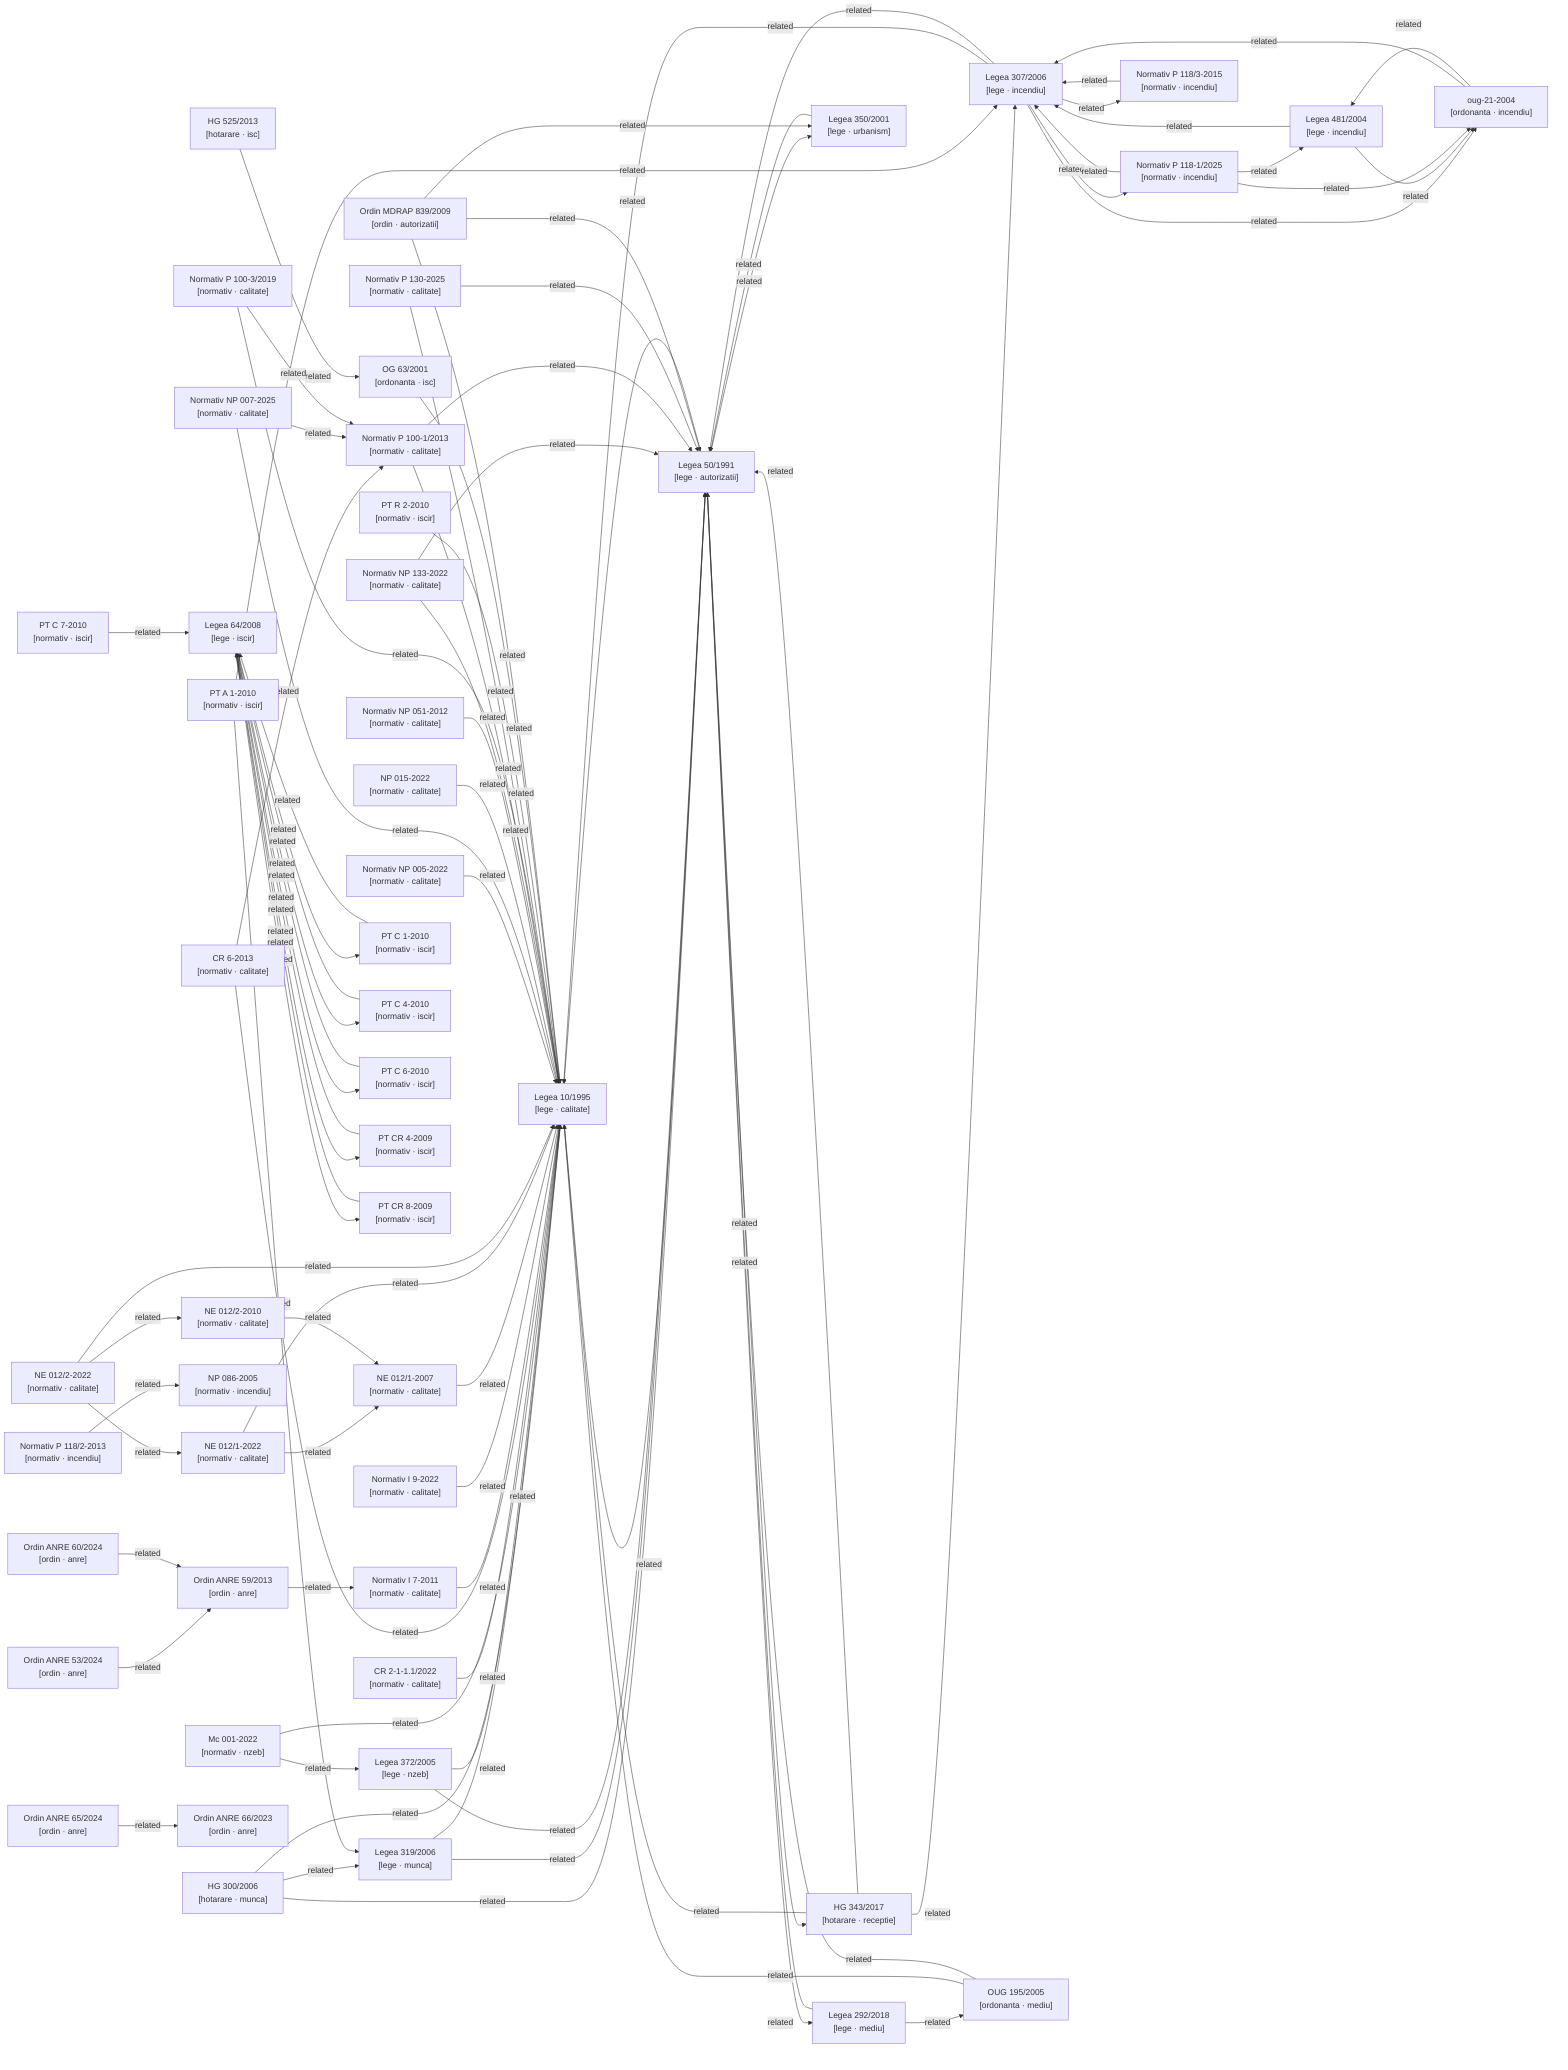
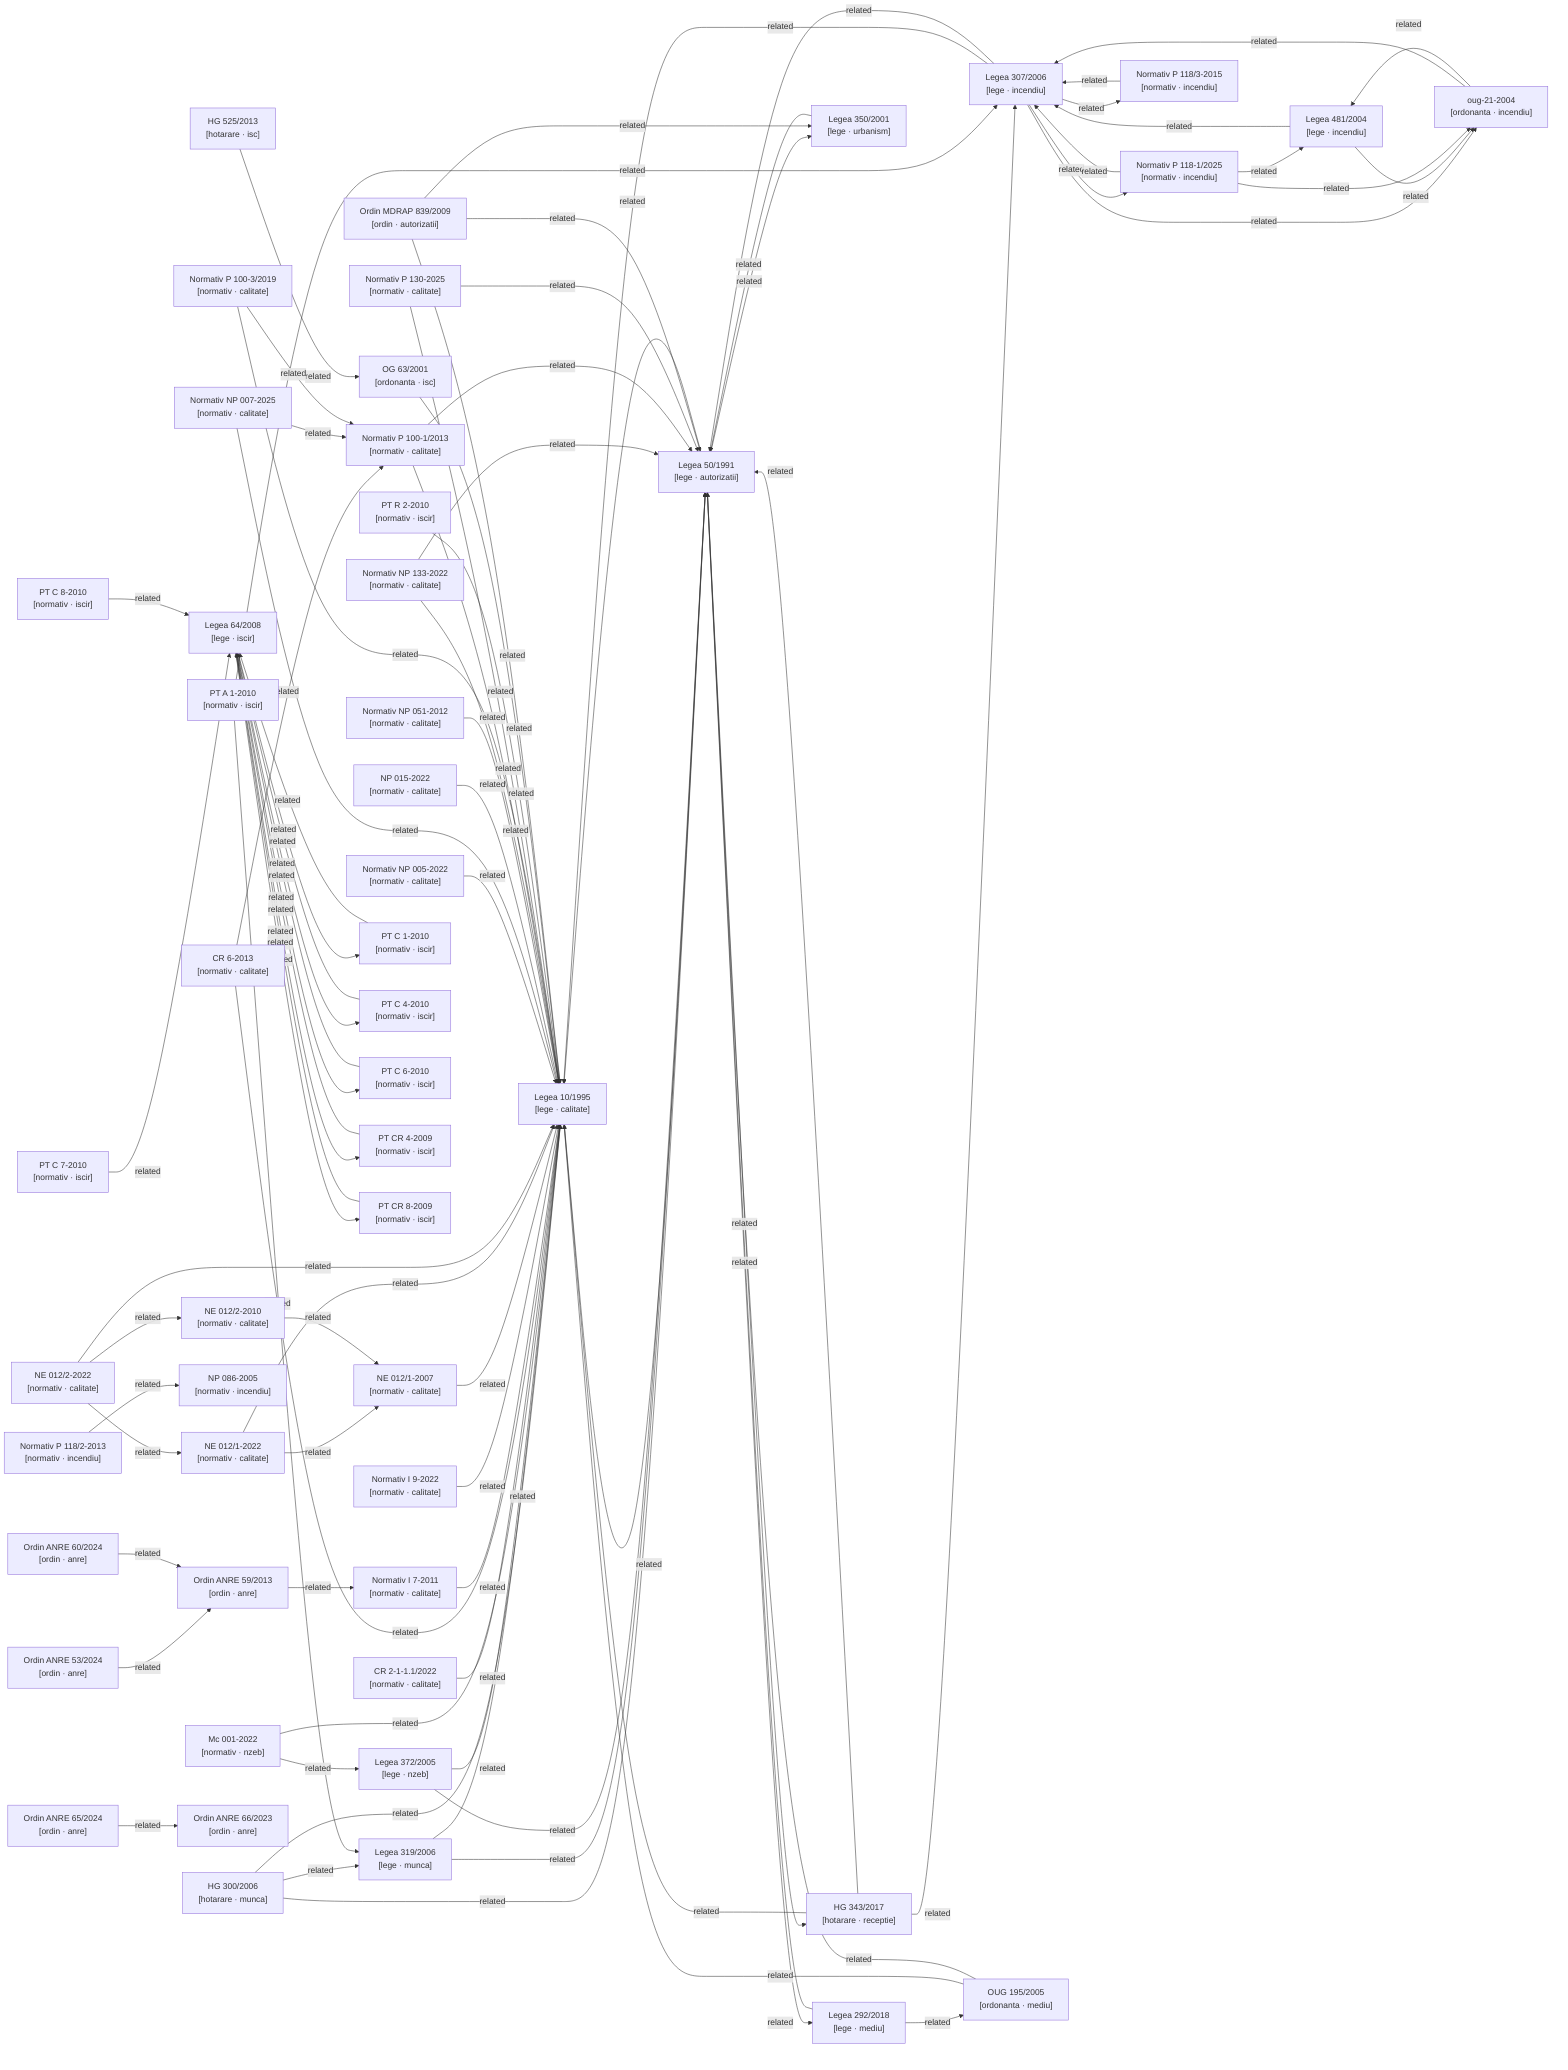
graph LR

  %% Nodes
  hg-300-2006["HG 300/2006\n[hotarare · munca]"]
  hg-343-2017["HG 343/2017\n[hotarare · receptie]"]
  hg-525-2013["HG 525/2013\n[hotarare · isc]"]
  lege-10-1995["Legea 10/1995\n[lege · calitate]"]
  lege-292-2018["Legea 292/2018\n[lege · mediu]"]
  lege-307-2006["Legea 307/2006\n[lege · incendiu]"]
  lege-319-2006["Legea 319/2006\n[lege · munca]"]
  lege-350-2001["Legea 350/2001\n[lege · urbanism]"]
  lege-372-2005["Legea 372/2005\n[lege · nzeb]"]
  lege-481-2004["Legea 481/2004\n[lege · incendiu]"]
  lege-50-1991["Legea 50/1991\n[lege · autorizatii]"]
  lege-64-2008["Legea 64/2008\n[lege · iscir]"]
  metodologie-mc001-2022["Mc 001-2022\n[normativ · nzeb]"]
  normativ-cr2-1-1-1-2022["CR 2-1-1.1/2022\n[normativ · calitate]"]
  normativ-cr6-2013["CR 6-2013\n[normativ · calitate]"]
  normativ-i7-2011["Normativ I 7-2011\n[normativ · calitate]"]
  normativ-i9-2022["Normativ I 9-2022\n[normativ · calitate]"]
  normativ-ne012-1-2007["NE 012/1-2007\n[normativ · calitate]"]
  normativ-ne012-1-2022["NE 012/1-2022\n[normativ · calitate]"]
  normativ-ne012-2-2010["NE 012/2-2010\n[normativ · calitate]"]
  normativ-ne012-2-2022["NE 012/2-2022\n[normativ · calitate]"]
  normativ-np005-2022["Normativ NP 005-2022\n[normativ · calitate]"]
  normativ-np007-2025["Normativ NP 007-2025\n[normativ · calitate]"]
  normativ-np015-2022["NP 015-2022\n[normativ · calitate]"]
  normativ-np051-2012["Normativ NP 051-2012\n[normativ · calitate]"]
  normativ-np086-2005["NP 086-2005\n[normativ · incendiu]"]
  normativ-np133-2022["Normativ NP 133-2022\n[normativ · calitate]"]
  normativ-p100-1-2013["Normativ P 100-1/2013\n[normativ · calitate]"]
  normativ-p100-3-2019["Normativ P 100-3/2019\n[normativ · calitate]"]
  normativ-p118-1-2025["Normativ P 118-1/2025\n[normativ · incendiu]"]
  normativ-p118-2-2013["Normativ P 118/2-2013\n[normativ · incendiu]"]
  normativ-p118-3-2015["Normativ P 118/3-2015\n[normativ · incendiu]"]
  normativ-p130-2025["Normativ P 130-2025\n[normativ · calitate]"]
  normativ-pt-a1-2010["PT A 1-2010\n[normativ · iscir]"]
  normativ-pt-c1-2010["PT C 1-2010\n[normativ · iscir]"]
  normativ-pt-c4-2010["PT C 4-2010\n[normativ · iscir]"]
  normativ-pt-c6-2010["PT C 6-2010\n[normativ · iscir]"]
  normativ-pt-c7-2010["PT C 7-2010\n[normativ · iscir]"]
+   normativ-pt-c8-2010["PT C 8-2010\n[normativ · iscir]"]
  normativ-pt-cr4-2009["PT CR 4-2009\n[normativ · iscir]"]
  normativ-pt-cr8-2009["PT CR 8-2009\n[normativ · iscir]"]
  normativ-pt-r2-2010["PT R 2-2010\n[normativ · iscir]"]
  og-63-2001["OG 63/2001\n[ordonanta · isc]"]
  ordin-839-2009["Ordin MDRAP 839/2009\n[ordin · autorizatii]"]
  ordin-anre-53-2024["Ordin ANRE 53/2024\n[ordin · anre]"]
  ordin-anre-59-2013["Ordin ANRE 59/2013\n[ordin · anre]"]
  ordin-anre-60-2024["Ordin ANRE 60/2024\n[ordin · anre]"]
  ordin-anre-65-2024["Ordin ANRE 65/2024\n[ordin · anre]"]
  ordin-anre-66-2023["Ordin ANRE 66/2023\n[ordin · anre]"]
  oug-195-2005["OUG 195/2005\n[ordonanta · mediu]"]
  oug-21-2004["oug-21-2004\n[ordonanta · incendiu]"]

  %% Confirmed relationships (from metadata related_acts)
  hg-300-2006 -->|related| lege-10-1995
  hg-300-2006 -->|related| lege-319-2006
  hg-300-2006 -->|related| lege-50-1991
  hg-343-2017 -->|related| lege-10-1995
  hg-343-2017 -->|related| lege-307-2006
  hg-343-2017 -->|related| lege-50-1991
  hg-525-2013 -->|related| og-63-2001
  lege-10-1995 -->|related| lege-50-1991
  lege-292-2018 -->|related| lege-50-1991
  lege-292-2018 -->|related| oug-195-2005
  lege-307-2006 -->|related| lege-10-1995
  lege-307-2006 -->|related| lege-50-1991
  lege-307-2006 -->|related| normativ-p118-1-2025
  lege-307-2006 -->|related| normativ-p118-3-2015
  lege-307-2006 -->|related| oug-21-2004
  lege-319-2006 -->|related| lege-10-1995
  lege-319-2006 -->|related| lege-50-1991
  lege-350-2001 -->|related| lege-50-1991
  lege-372-2005 -->|related| lege-10-1995
  lege-372-2005 -->|related| lege-50-1991
  lege-481-2004 -->|related| lege-307-2006
  lege-481-2004 -->|related| oug-21-2004
  lege-50-1991 -->|related| hg-343-2017
  lege-50-1991 -->|related| lege-10-1995
  lege-50-1991 -->|related| lege-292-2018
  lege-50-1991 -->|related| lege-350-2001
  lege-64-2008 -->|related| normativ-pt-c1-2010
  lege-64-2008 -->|related| normativ-pt-c4-2010
  lege-64-2008 -->|related| normativ-pt-c6-2010
  lege-64-2008 -->|related| normativ-pt-cr4-2009
  lege-64-2008 -->|related| normativ-pt-cr8-2009
  metodologie-mc001-2022 -->|related| lege-10-1995
  metodologie-mc001-2022 -->|related| lege-372-2005
  normativ-cr2-1-1-1-2022 -->|related| lege-10-1995
  normativ-cr6-2013 -->|related| lege-10-1995
  normativ-cr6-2013 -->|related| normativ-p100-1-2013
  normativ-i7-2011 -->|related| lege-10-1995
  normativ-i9-2022 -->|related| lege-10-1995
  normativ-ne012-1-2007 -->|related| lege-10-1995
  normativ-ne012-1-2022 -->|related| lege-10-1995
  normativ-ne012-1-2022 -->|related| normativ-ne012-1-2007
  normativ-ne012-2-2010 -->|related| normativ-ne012-1-2007
  normativ-ne012-2-2022 -->|related| lege-10-1995
  normativ-ne012-2-2022 -->|related| normativ-ne012-1-2022
  normativ-ne012-2-2022 -->|related| normativ-ne012-2-2010
  normativ-np005-2022 -->|related| lege-10-1995
  normativ-np007-2025 -->|related| lege-10-1995
  normativ-np007-2025 -->|related| normativ-p100-1-2013
  normativ-np015-2022 -->|related| lege-10-1995
  normativ-np051-2012 -->|related| lege-10-1995
  normativ-np133-2022 -->|related| lege-10-1995
  normativ-np133-2022 -->|related| lege-50-1991
  normativ-p100-1-2013 -->|related| lege-10-1995
  normativ-p100-1-2013 -->|related| lege-50-1991
  normativ-p100-3-2019 -->|related| lege-10-1995
  normativ-p100-3-2019 -->|related| normativ-p100-1-2013
  normativ-p118-1-2025 -->|related| lege-307-2006
  normativ-p118-1-2025 -->|related| lege-481-2004
  normativ-p118-1-2025 -->|related| oug-21-2004
  normativ-p118-2-2013 -->|related| normativ-np086-2005
  normativ-p118-3-2015 -->|related| lege-307-2006
  normativ-p130-2025 -->|related| lege-10-1995
  normativ-p130-2025 -->|related| lege-50-1991
  normativ-pt-a1-2010 -->|related| lege-307-2006
  normativ-pt-a1-2010 -->|related| lege-319-2006
  normativ-pt-c1-2010 -->|related| lege-64-2008
  normativ-pt-c4-2010 -->|related| lege-64-2008
  normativ-pt-c6-2010 -->|related| lege-64-2008
  normativ-pt-c7-2010 -->|related| lege-64-2008
+   normativ-pt-c8-2010 -->|related| lege-64-2008
  normativ-pt-cr4-2009 -->|related| lege-64-2008
  normativ-pt-cr8-2009 -->|related| lege-64-2008
  normativ-pt-r2-2010 -->|related| lege-10-1995
  og-63-2001 -->|related| lege-10-1995
  ordin-839-2009 -->|related| lege-10-1995
  ordin-839-2009 -->|related| lege-350-2001
  ordin-839-2009 -->|related| lege-50-1991
  ordin-anre-53-2024 -->|related| ordin-anre-59-2013
  ordin-anre-59-2013 -->|related| normativ-i7-2011
  ordin-anre-60-2024 -->|related| ordin-anre-59-2013
  ordin-anre-65-2024 -->|related| ordin-anre-66-2023
  oug-195-2005 -->|related| lege-10-1995
  oug-195-2005 -->|related| lege-50-1991
  oug-21-2004 -->|related| lege-307-2006
  oug-21-2004 -->|related| lege-481-2004

  %% Auto-detected relationships (needs_review)
